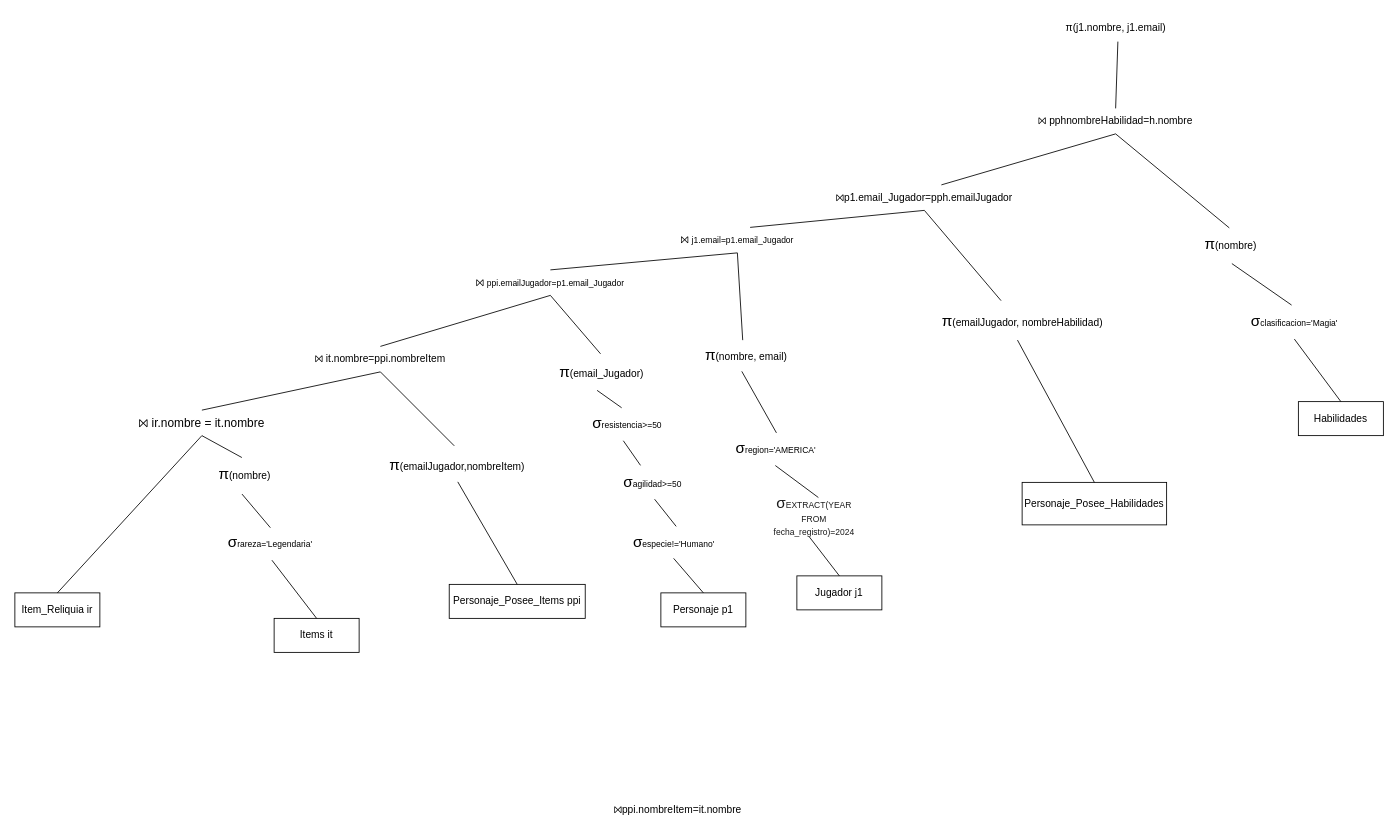
The draw.io diagram Parte 3.4.drawio in MartinAlonsoo/Obligatorio1BD2, before the edit. Source tidied: cells renumbered, new cells numbered last; positions are measured from the earlier drawing's top-left corner, leaving out a move shared by most shapes. Both pictures are drawn from the tidied source at 85%, with x=0, y=0 at pixel (14, 14).
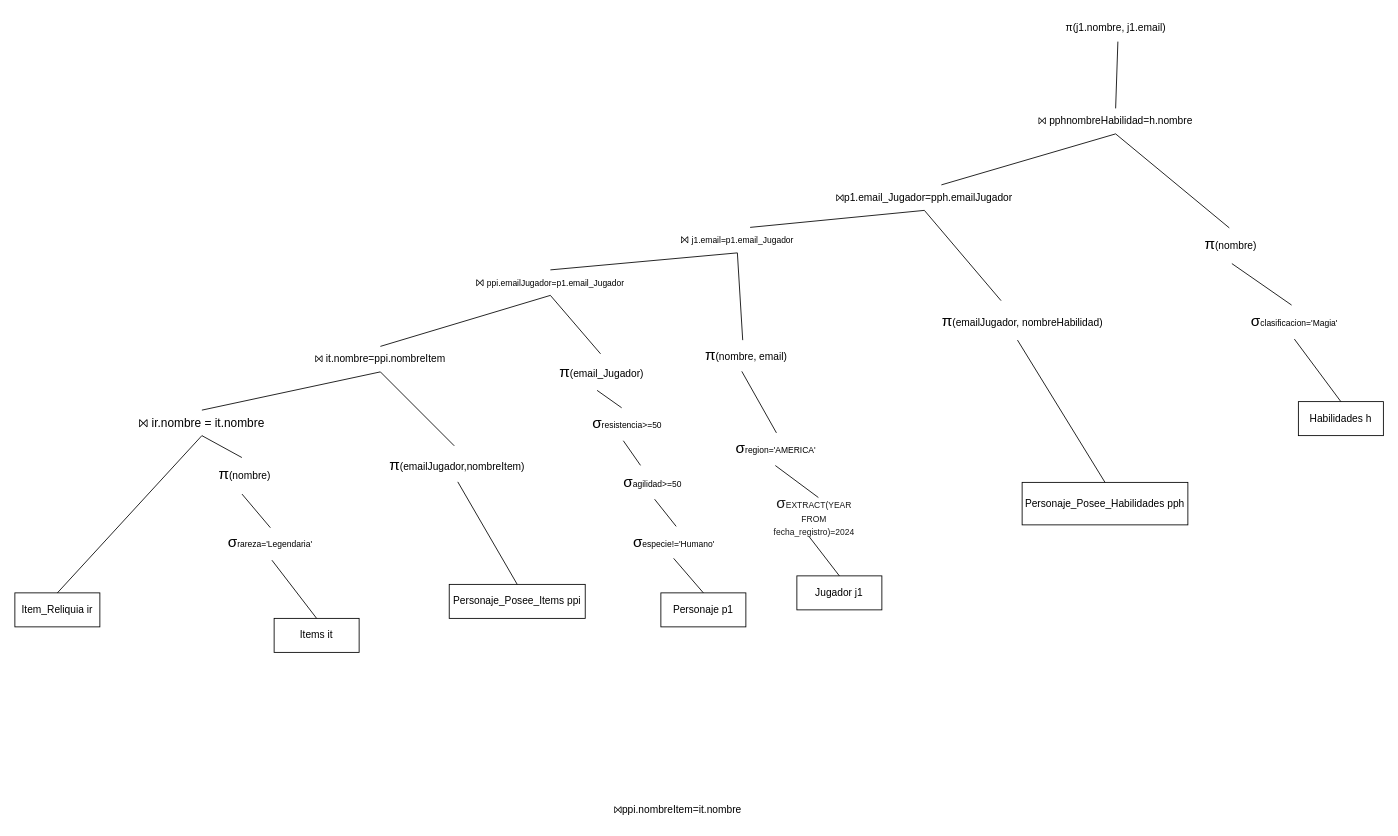
Above is the later version.

Diff of the diagram source:
```diff
@@
-    <mxCell id="4" value="Personaje_Posee_Habilidades" style="whiteSpace=wrap;html=1;align=center;" parent="1" vertex="1">
-      <mxGeometry x="1185" y="550" width="170" height="50" as="geometry" />
+    <mxCell id="4" value="Personaje_Posee_Habilidades pph" style="whiteSpace=wrap;html=1;align=center;" parent="1" vertex="1">
+      <mxGeometry x="1185" y="550" width="195" height="50" as="geometry" />
     </mxCell>
-    <mxCell id="5" value="Habilidades" style="whiteSpace=wrap;html=1;align=center;" parent="1" vertex="1">
+    <mxCell id="5" value="Habilidades h" style="whiteSpace=wrap;html=1;align=center;" parent="1" vertex="1">
       <mxGeometry x="1510" y="455" width="100" height="40" as="geometry" />
     </mxCell>
```
